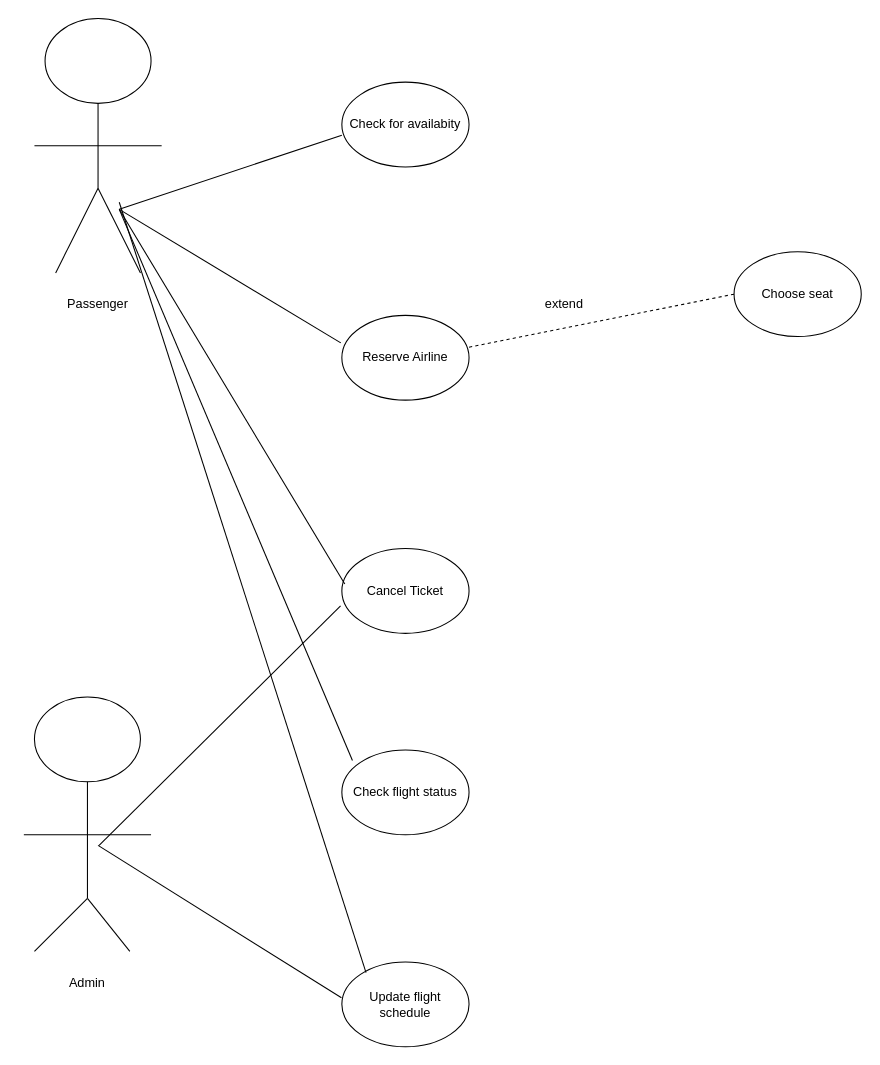
The draw.io diagram Architecture/Untitled Diagram.drawio in Annapoornarb/Stepin_Airline-Booking, before the edit. Source tidied: cells renumbered, new cells numbered last; positions are measured from the earlier drawing's top-left corner, leaving out a move shared by most shapes. Both pictures are drawn from the tidied source at 106%, with x=0, y=0 at pixel (18, 18).
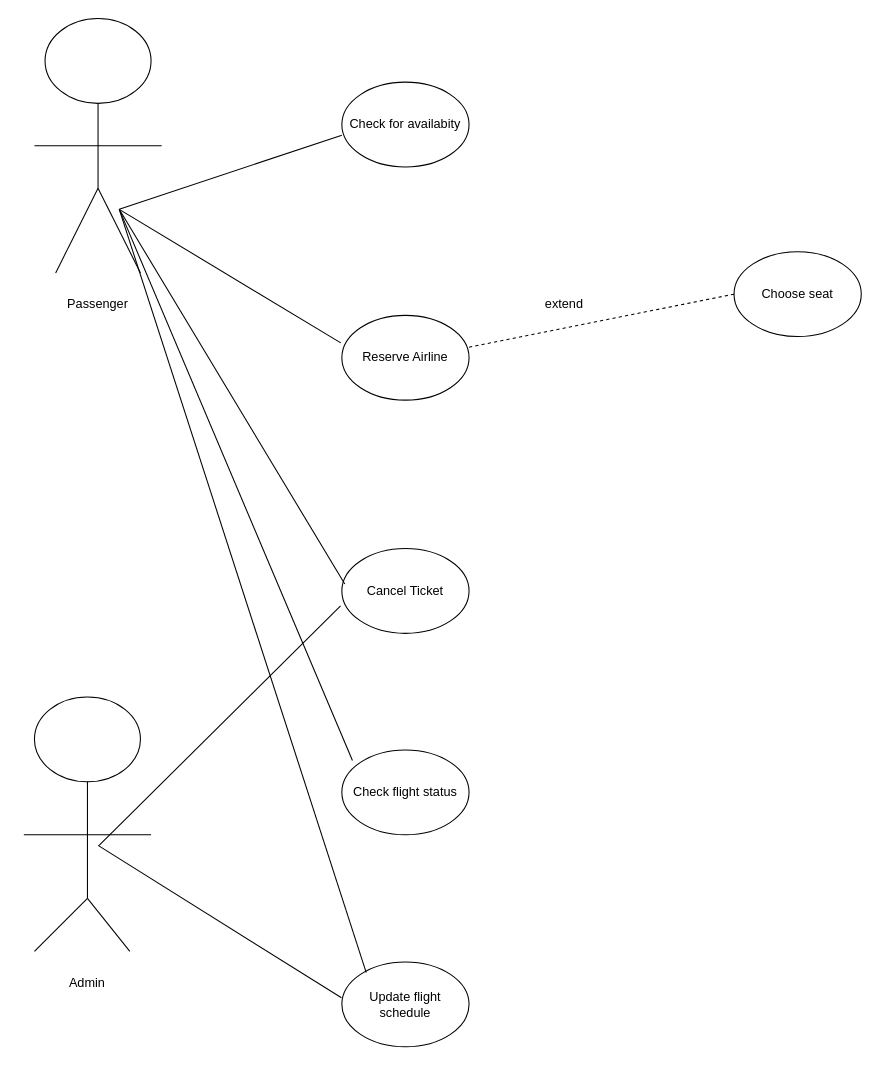
After the change.

Commit message:
Structural_Diagram

Diff of the diagram source:
```diff
@@
-    <mxCell id="23" style="endArrow=none;html=1;entryX=0.023;entryY=0.418;entryDx=0;entryDy=0;entryPerimeter=0;" parent="1" edge="1">
+    <mxCell id="23" style="endArrow=none;html=1;" parent="1" edge="1">
       <mxGeometry relative="1" as="geometry">
-        <mxPoint x="95" y="173.3" as="sourcePoint" />
-        <mxPoint x="327.8" y="900" as="targetPoint" />
+        <mxPoint x="95" y="180" as="sourcePoint" />
+        <mxPoint x="328" y="900" as="targetPoint" />
       </mxGeometry>
     </mxCell>
```
